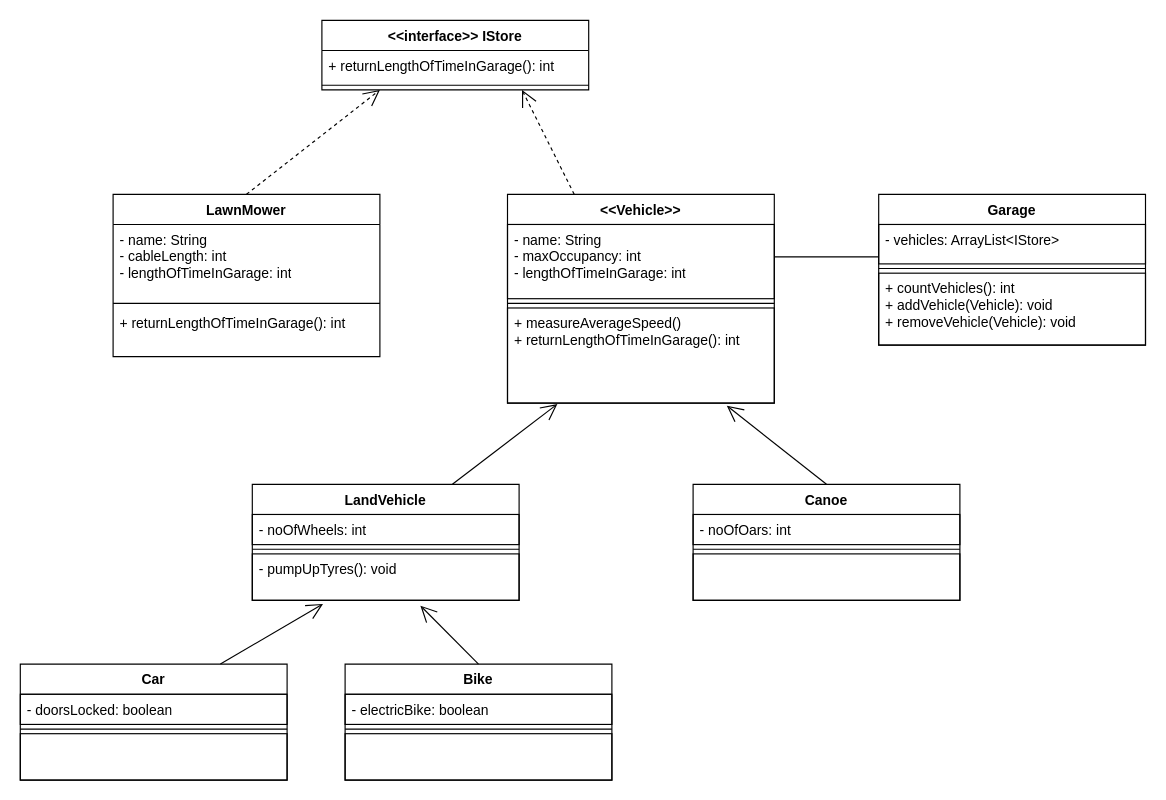
The draw.io diagram PolymorphismUMLFinal.drawio in H8S8/PolymorphismLab, before the edit. Source tidied: cells renumbered, new cells numbered last; positions are measured from the earlier drawing's top-left corner, leaving out a move shared by most shapes. Both pictures are drawn from the tidied source at 116%, with x=0, y=0 at pixel (20, 20).
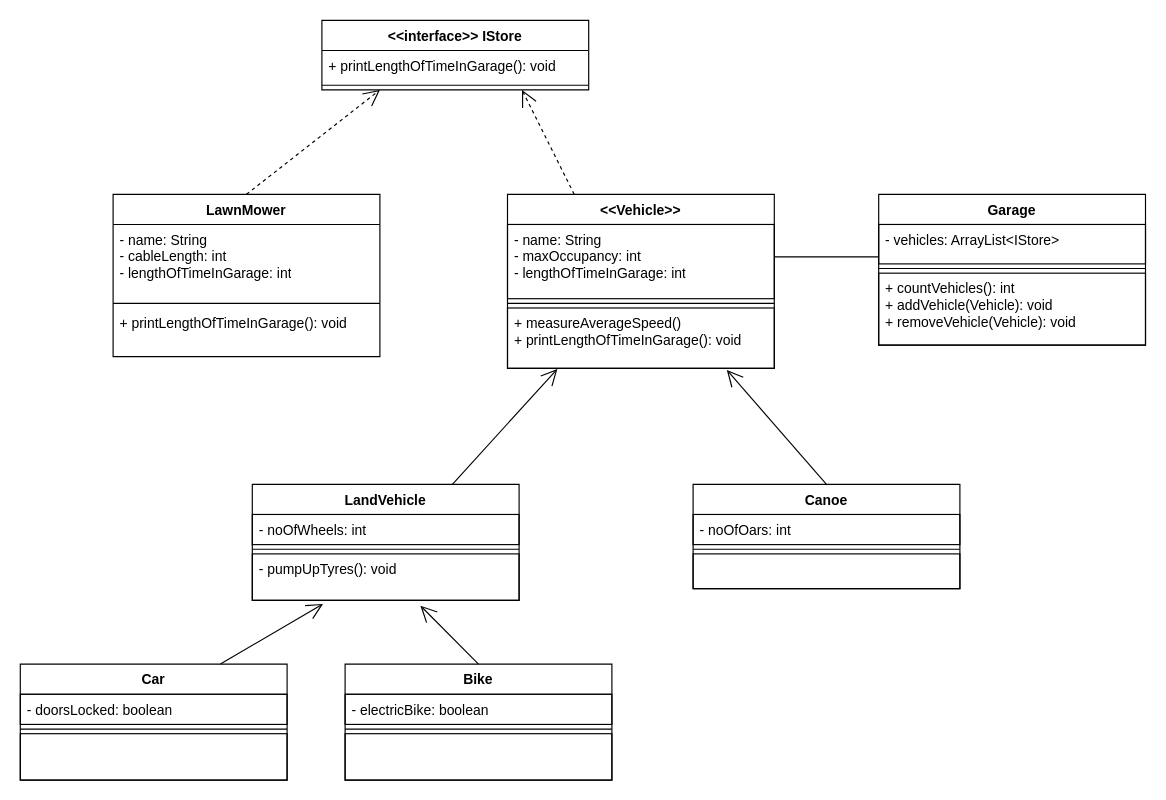
Above is the later version.

Unchanged cells that the change refers to:
```xml
<mxCell id="31" value="LawnMower" style="swimlane;fontStyle=1;align=center;verticalAlign=top;horizontal=1;startSize=26;whiteSpace=wrap;html=1;" parent="1" vertex="1">
  <mxGeometry x="80" y="150" width="230" height="140" as="geometry" />
</mxCell>
<mxCell id="35" value="&amp;lt;&amp;lt;interface&amp;gt;&amp;gt; IStore" style="swimlane;fontStyle=1;align=center;verticalAlign=top;horizontal=1;startSize=26;whiteSpace=wrap;html=1;" parent="1" vertex="1">
  <mxGeometry x="260" width="230" height="60" as="geometry" />
</mxCell>
```

Diff of the diagram source:
```diff
@@
     <mxCell id="2" value="&amp;lt;&amp;lt;Vehicle&amp;gt;&amp;gt;" style="swimlane;fontStyle=1;align=center;verticalAlign=top;horizontal=1;startSize=26;whiteSpace=wrap;html=1;strokeColor=#000000;" parent="1" vertex="1">
-      <mxGeometry x="420" y="150" width="230" height="180" as="geometry" />
+      <mxGeometry x="420" y="150" width="230" height="150" as="geometry" />
     </mxCell>
@@
-    <mxCell id="5" value="+ measureAverageSpeed()&lt;br&gt;+ returnLengthOfTimeInGarage(): int" style="text;strokeColor=#000000;fillColor=none;align=left;verticalAlign=top;spacingLeft=4;spacingRight=4;overflow=hidden;points=[[0,0.5],[1,0.5]];portConstraint=eastwest;whiteSpace=wrap;html=1;" parent="2" vertex="1">
-      <mxGeometry y="98" width="230" height="82" as="geometry" />
+    <mxCell id="5" value="+ measureAverageSpeed()&lt;br&gt;+ printLengthOfTimeInGarage(): void" style="text;strokeColor=#000000;fillColor=none;align=left;verticalAlign=top;spacingLeft=4;spacingRight=4;overflow=hidden;points=[[0,0.5],[1,0.5]];portConstraint=eastwest;whiteSpace=wrap;html=1;" parent="2" vertex="1">
+      <mxGeometry y="98" width="230" height="52" as="geometry" />
     </mxCell>
@@
     <mxCell id="26" value="Canoe" style="swimlane;fontStyle=1;align=center;verticalAlign=top;horizontal=1;startSize=26;whiteSpace=wrap;html=1;strokeColor=#000000;" parent="1" vertex="1">
-      <mxGeometry x="580" y="400" width="230" height="100" as="geometry" />
+      <mxGeometry x="580" y="400" width="230" height="90" as="geometry" />
     </mxCell>
@@
     <mxCell id="29" style="text;strokeColor=#000000;fillColor=none;align=left;verticalAlign=top;spacingLeft=4;spacingRight=4;overflow=hidden;whiteSpace=wrap;html=1;" parent="26" vertex="1">
-      <mxGeometry y="60" width="230" height="40" as="geometry" />
+      <mxGeometry y="60" width="230" height="30" as="geometry" />
     </mxCell>
@@
-    <mxCell id="34" value="+ returnLengthOfTimeInGarage(): int" style="text;strokeColor=none;fillColor=none;align=left;verticalAlign=top;spacingLeft=4;spacingRight=4;overflow=hidden;whiteSpace=wrap;html=1;" parent="31" vertex="1">
+    <mxCell id="34" value="+ printLengthOfTimeInGarage(): void" style="text;strokeColor=none;fillColor=none;align=left;verticalAlign=top;spacingLeft=4;spacingRight=4;overflow=hidden;whiteSpace=wrap;html=1;" parent="31" vertex="1">
       <mxGeometry y="98" width="230" height="42" as="geometry" />
     </mxCell>
@@
-    <mxCell id="36" value="+ returnLengthOfTimeInGarage(): int" style="text;strokeColor=none;fillColor=none;align=left;verticalAlign=top;spacingLeft=4;spacingRight=4;overflow=hidden;whiteSpace=wrap;html=1;" parent="35" vertex="1">
+    <mxCell id="36" value="+ printLengthOfTimeInGarage(): void" style="text;strokeColor=none;fillColor=none;align=left;verticalAlign=top;spacingLeft=4;spacingRight=4;overflow=hidden;whiteSpace=wrap;html=1;" parent="35" vertex="1">
       <mxGeometry y="26" width="230" height="26" as="geometry" />
     </mxCell>
```
